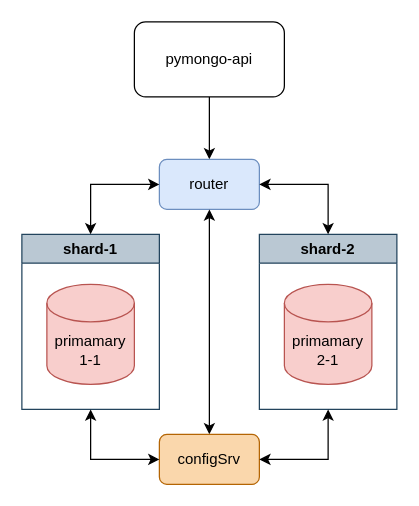
Above: schemas/task-1/schema_v1.drawio in ivan-ver/architecture-black_friday (draw.io), before the change. Source tidied: cells renumbered, new cells numbered last; positions are measured from the earlier drawing's top-left corner, leaving out a move shared by most shapes. Both pictures are drawn from the tidied source at 125%, with x=0, y=0 at pixel (21, 21).
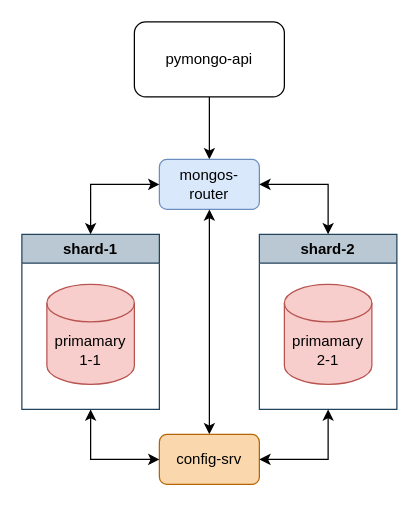
The same diagram, later.

What changed in the source:
```diff
@@
-    <mxCell id="8" value="router" style="rounded=1;whiteSpace=wrap;html=1;fillColor=#dae8fc;strokeColor=#6c8ebf;" parent="1" vertex="1">
+    <mxCell id="8" value="mongos-router" style="rounded=1;whiteSpace=wrap;html=1;fillColor=#dae8fc;strokeColor=#6c8ebf;" parent="1" vertex="1">
       <mxGeometry x="110" y="110" width="80" height="40" as="geometry" />
     </mxCell>
@@
-    <mxCell id="12" value="configSrv" style="rounded=1;whiteSpace=wrap;html=1;fillColor=#fad7ac;strokeColor=#b46504;" parent="1" vertex="1">
+    <mxCell id="12" value="config-srv" style="rounded=1;whiteSpace=wrap;html=1;fillColor=#fad7ac;strokeColor=#b46504;" parent="1" vertex="1">
       <mxGeometry x="110" y="330" width="80" height="40" as="geometry" />
     </mxCell>
```
